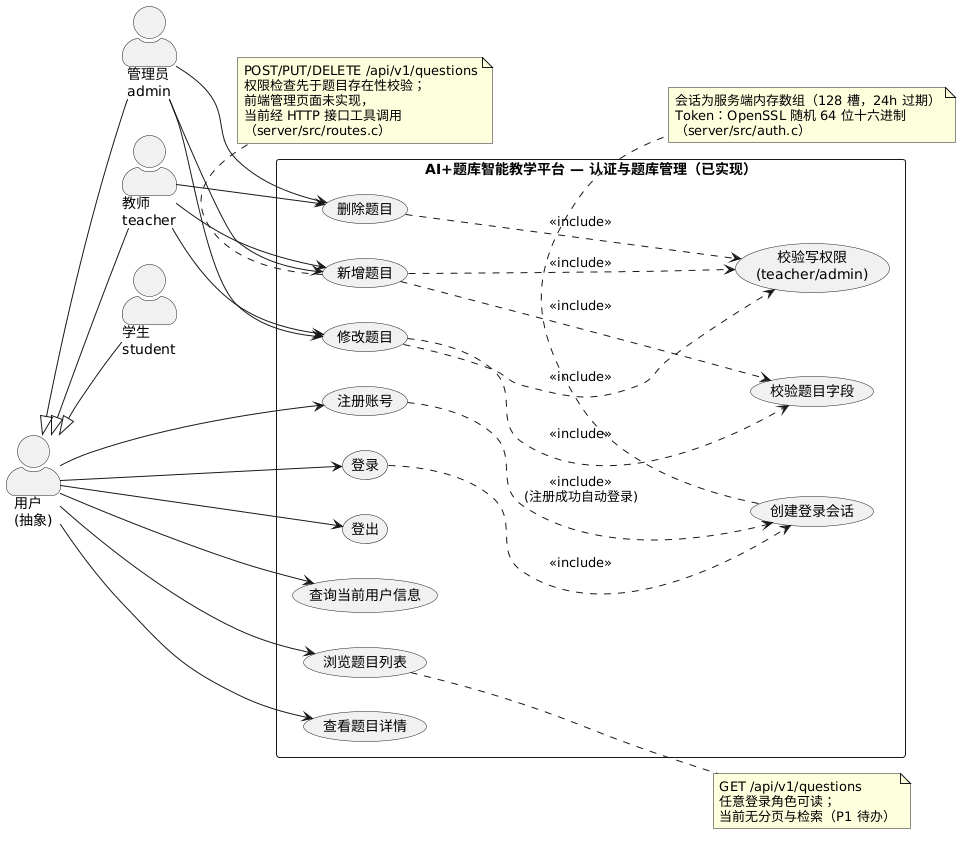
Before: OOA_OOD/diagrams/usecase/uc1_auth_question.png, a diagram exported from PlantUML (Araaaagorn/ai-question-bank). Source of this version:
```plantuml
@startuml uc1_auth_question
left to right direction
skinparam shadowing false
skinparam actorStyle awesome
skinparam packageStyle rectangle

actor "用户\n(抽象)" as User
actor "管理员\nadmin" as Admin
actor "教师\nteacher" as Teacher
actor "学生\nstudent" as Student

Admin -up-|> User
Teacher -up-|> User
Student -up-|> User

rectangle "AI+题库智能教学平台 — 认证与题库管理（已实现）" {
  usecase "注册账号" as UCReg
  usecase "登录" as UCLogin
  usecase "登出" as UCLogout
  usecase "查询当前用户信息" as UCMe
  usecase "创建登录会话" as UCSess
  usecase "浏览题目列表" as UCList
  usecase "查看题目详情" as UCDetail
  usecase "新增题目" as UCCreate
  usecase "修改题目" as UCUpdate
  usecase "删除题目" as UCDelete
  usecase "校验写权限\n(teacher/admin)" as UCPerm
  usecase "校验题目字段" as UCValid
}

User --> UCReg
User --> UCLogin
User --> UCLogout
User --> UCMe
User --> UCList
User --> UCDetail

Teacher --> UCCreate
Teacher --> UCUpdate
Teacher --> UCDelete
Admin --> UCCreate
Admin --> UCUpdate
Admin --> UCDelete

UCReg ..> UCSess : <<include>>\n(注册成功自动登录)
UCLogin ..> UCSess : <<include>>
UCCreate ..> UCPerm : <<include>>
UCUpdate ..> UCPerm : <<include>>
UCDelete ..> UCPerm : <<include>>
UCCreate ..> UCValid : <<include>>
UCUpdate ..> UCValid : <<include>>

note right of UCList
  GET /api/v1/questions
  任意登录角色可读；
  当前无分页与检索（P1 待办）
end note

note bottom of UCCreate
  POST/PUT/DELETE /api/v1/questions
  权限检查先于题目存在性校验；
  前端管理页面未实现，
  当前经 HTTP 接口工具调用
  （server/src/routes.c）
end note

note bottom of UCSess
  会话为服务端内存数组（128 槽，24h 过期）
  Token：OpenSSL 随机 64 位十六进制
  （server/src/auth.c）
end note
@enduml
```
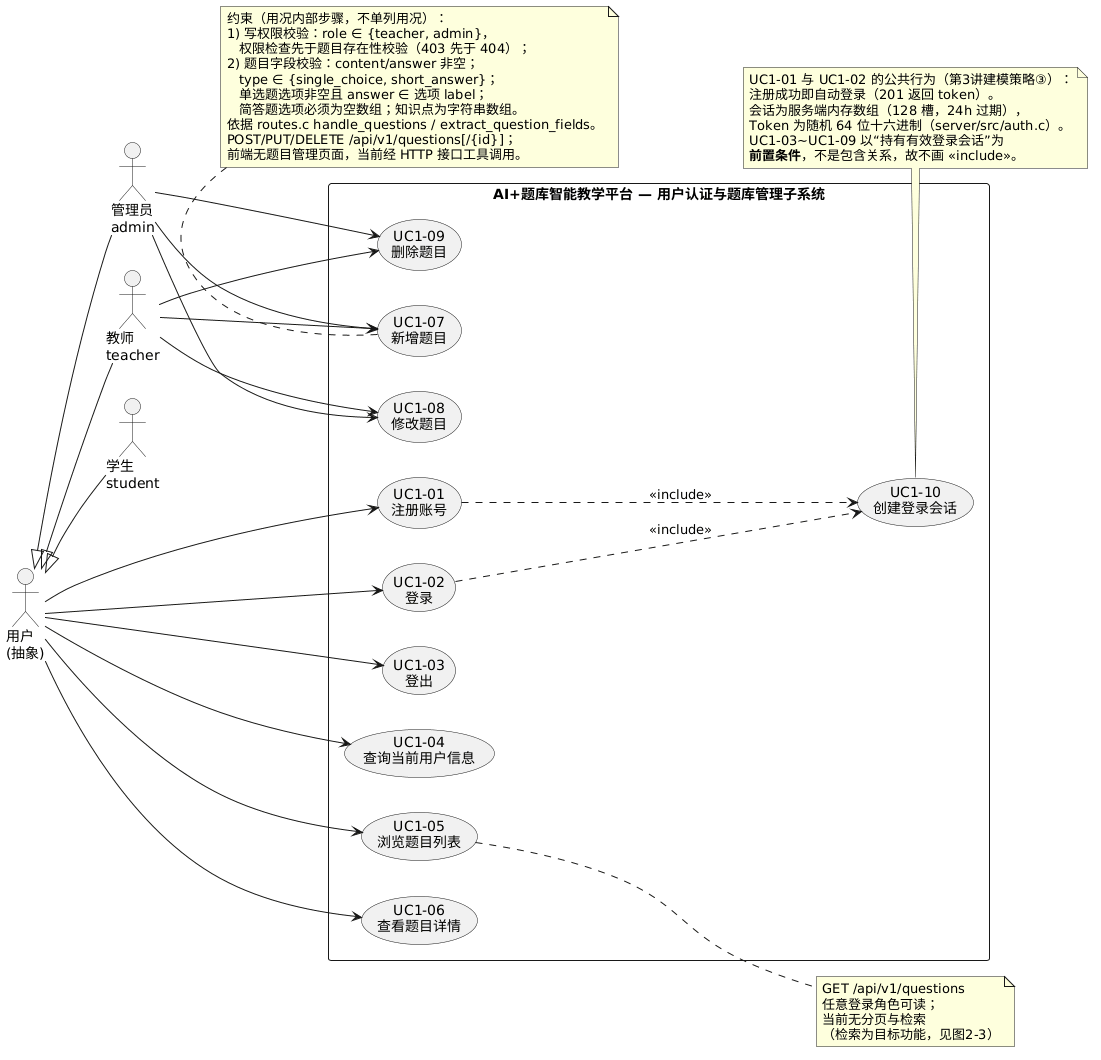
After the commit.

Change to the diagram source:
```diff
@@ -1,7 +1,6 @@
-@startuml uc1_auth_question
+@startuml
 left to right direction
 skinparam shadowing false
-skinparam actorStyle awesome
 skinparam packageStyle rectangle
 
 actor "用户\n(抽象)" as User
@@ -13,19 +12,17 @@
 Teacher -up-|> User
 Student -up-|> User
 
-rectangle "AI+题库智能教学平台 — 认证与题库管理（已实现）" {
-  usecase "注册账号" as UCReg
-  usecase "登录" as UCLogin
-  usecase "登出" as UCLogout
-  usecase "查询当前用户信息" as UCMe
-  usecase "创建登录会话" as UCSess
-  usecase "浏览题目列表" as UCList
-  usecase "查看题目详情" as UCDetail
-  usecase "新增题目" as UCCreate
-  usecase "修改题目" as UCUpdate
-  usecase "删除题目" as UCDelete
-  usecase "校验写权限\n(teacher/admin)" as UCPerm
-  usecase "校验题目字段" as UCValid
+rectangle "AI+题库智能教学平台 — 用户认证与题库管理子系统" {
+  usecase "UC1-01\n注册账号" as UCReg
+  usecase "UC1-02\n登录" as UCLogin
+  usecase "UC1-03\n登出" as UCLogout
+  usecase "UC1-04\n查询当前用户信息" as UCMe
+  usecase "UC1-05\n浏览题目列表" as UCList
+  usecase "UC1-06\n查看题目详情" as UCDetail
+  usecase "UC1-07\n新增题目" as UCCreate
+  usecase "UC1-08\n修改题目" as UCUpdate
+  usecase "UC1-09\n删除题目" as UCDelete
+  usecase "UC1-10\n创建登录会话" as UCSess
 }
 
 User --> UCReg
@@ -42,31 +39,35 @@
 Admin --> UCUpdate
 Admin --> UCDelete
 
-UCReg ..> UCSess : <<include>>\n(注册成功自动登录)
+UCReg ..> UCSess : <<include>>
 UCLogin ..> UCSess : <<include>>
-UCCreate ..> UCPerm : <<include>>
-UCUpdate ..> UCPerm : <<include>>
-UCDelete ..> UCPerm : <<include>>
-UCCreate ..> UCValid : <<include>>
-UCUpdate ..> UCValid : <<include>>
+
+note bottom of UCSess
+  UC1-01 与 UC1-02 的公共行为（第3讲建模策略③）：
+  注册成功即自动登录（201 返回 token）。
+  会话为服务端内存数组（128 槽，24h 过期），
+  Token 为随机 64 位十六进制（server/src/auth.c）。
+  UC1-03~UC1-09 以“持有有效登录会话”为
+  **前置条件**，不是包含关系，故不画 «include»。
+end note
 
 note right of UCList
   GET /api/v1/questions
   任意登录角色可读；
-  当前无分页与检索（P1 待办）
+  当前无分页与检索
+  （检索为目标功能，见图2-3）
 end note
 
 note bottom of UCCreate
-  POST/PUT/DELETE /api/v1/questions
-  权限检查先于题目存在性校验；
-  前端管理页面未实现，
-  当前经 HTTP 接口工具调用
-  （server/src/routes.c）
-end note
-
-note bottom of UCSess
-  会话为服务端内存数组（128 槽，24h 过期）
-  Token：OpenSSL 随机 64 位十六进制
-  （server/src/auth.c）
+  约束（用况内部步骤，不单列用况）：
+  1) 写权限校验：role ∈ {teacher, admin}，
+     权限检查先于题目存在性校验（403 先于 404）；
+  2) 题目字段校验：content/answer 非空；
+     type ∈ {single_choice, short_answer}；
+     单选题选项非空且 answer ∈ 选项 label；
+     简答题选项必须为空数组；知识点为字符串数组。
+  依据 routes.c handle_questions / extract_question_fields。
+  POST/PUT/DELETE /api/v1/questions[/{id}]；
+  前端无题目管理页面，当前经 HTTP 接口工具调用。
 end note
 @enduml
```
